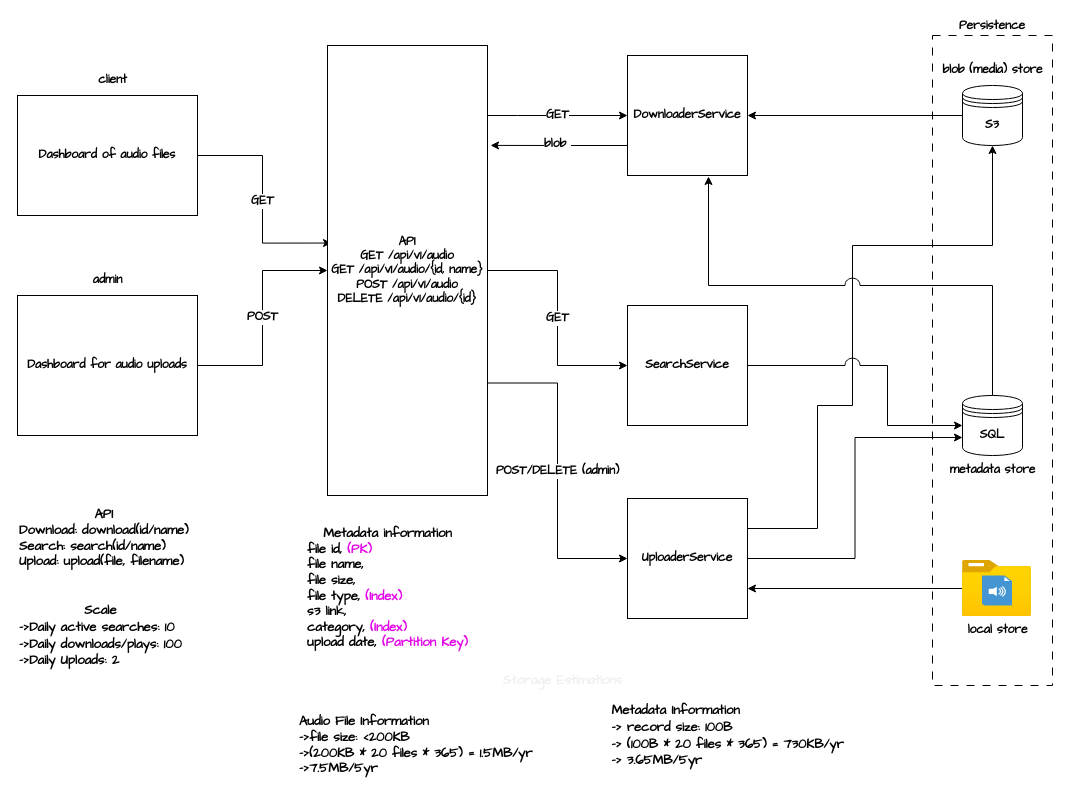
Earlier version of the draw.io diagram voice_quips_design.drawio (phllpmcphrsn/voice-quips). Source tidied: cells renumbered, new cells numbered last; positions are measured from the earlier drawing's top-left corner, leaving out a move shared by most shapes. Both pictures are drawn from the tidied source at 100%, with x=0, y=0 at pixel (17, 35).
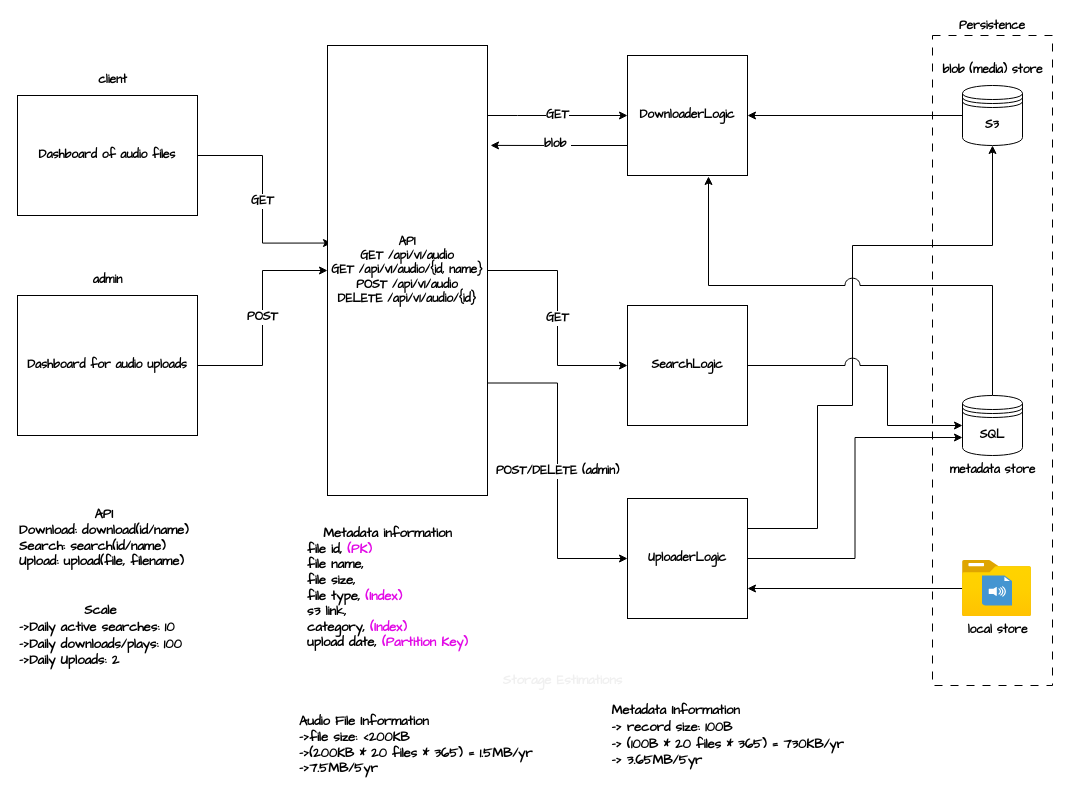
After the change.

Change to the diagram source:
```diff
@@
-    <mxCell id="4" value="UploaderService" style="whiteSpace=wrap;html=1;fontFamily=Comic Sans MS;fontSize=12;fontStyle=1;" parent="1" vertex="1">
+    <mxCell id="4" value="UploaderLogic" style="whiteSpace=wrap;html=1;fontFamily=Comic Sans MS;fontSize=12;fontStyle=1;" parent="1" vertex="1">
       <mxGeometry x="610" y="463" width="120" height="120" as="geometry" />
     </mxCell>
@@
-    <mxCell id="12" value="DownloaderService" style="whiteSpace=wrap;html=1;fontFamily=Comic Sans MS;fontSize=12;fontStyle=1;" parent="1" vertex="1">
+    <mxCell id="12" value="DownloaderLogic" style="whiteSpace=wrap;html=1;fontFamily=Comic Sans MS;fontSize=12;fontStyle=1;" parent="1" vertex="1">
       <mxGeometry x="610" y="20" width="120" height="120" as="geometry" />
     </mxCell>
@@
-    <mxCell id="29" value="SearchService" style="whiteSpace=wrap;html=1;fontFamily=Comic Sans MS;fontSize=12;fontStyle=1;" parent="1" vertex="1">
+    <mxCell id="29" value="SearchLogic" style="whiteSpace=wrap;html=1;fontFamily=Comic Sans MS;fontSize=12;fontStyle=1;" parent="1" vertex="1">
       <mxGeometry x="610" y="270" width="120" height="120" as="geometry" />
     </mxCell>
```
